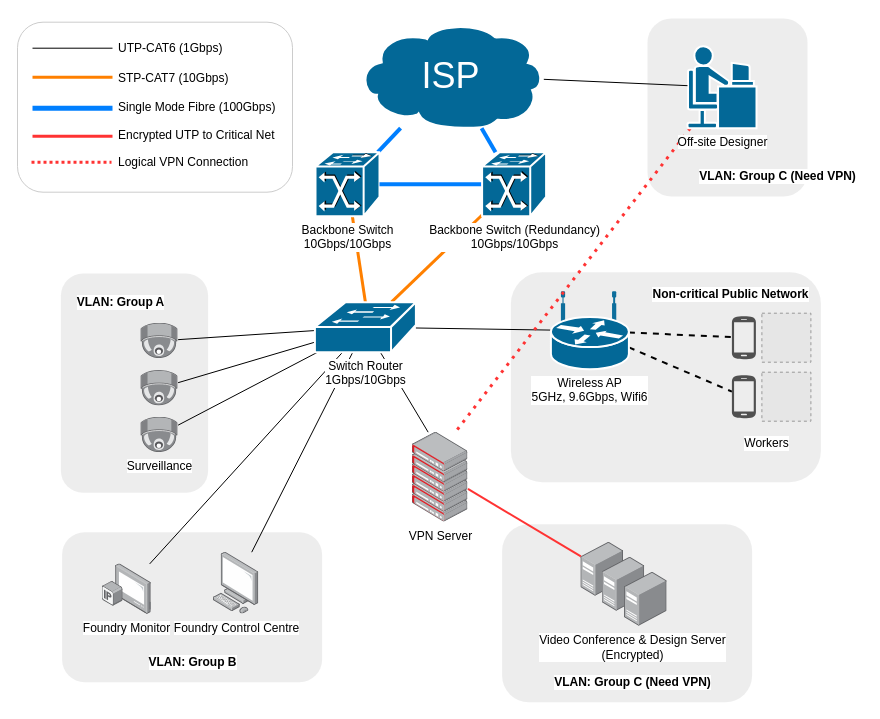
Above: page "RDC" (3 of 5) of Net_diagram/EE6223CA2.drawio in doem97/EE6223 (draw.io), before the change. Source tidied: cells renumbered, new cells numbered last; positions are measured from the earlier drawing's top-left corner, leaving out a move shared by most shapes. Both pictures are drawn from the tidied source at 100%, with x=0, y=0 at pixel (17, 18). Pictures stored in the file or linked from it are replaced by grey dashed boxes.
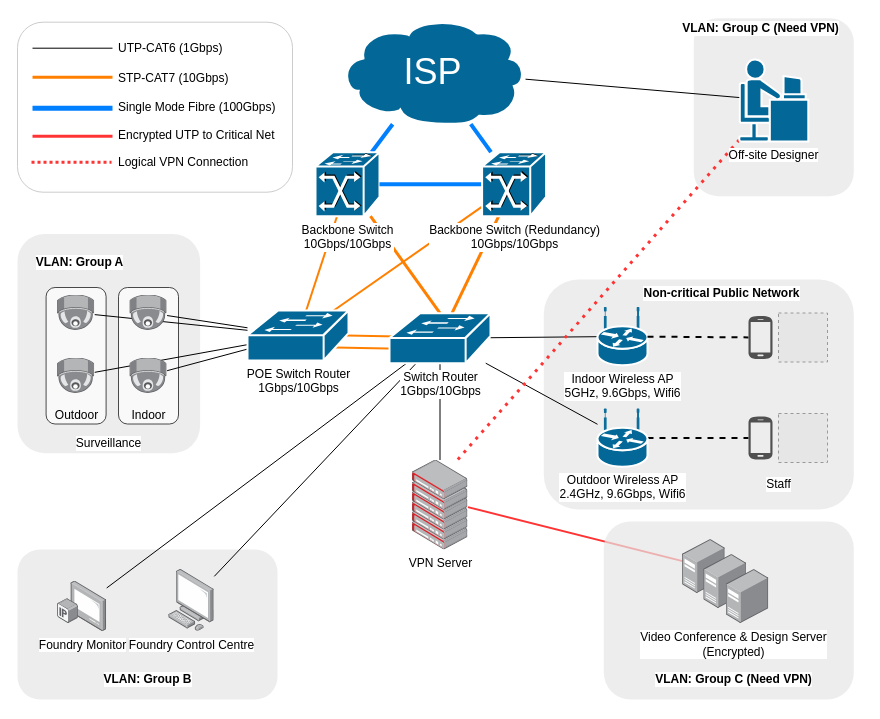
The same page after the edit.

The change refers to these unchanged cells:
```xml
<mxCell id="37" value="Backbone Switch&lt;br&gt;10Gbps/10Gbps" style="shape=mxgraph.cisco.switches.atm_fast_gigabit_etherswitch;html=1;dashed=0;fillColor=#036897;strokeColor=#ffffff;strokeWidth=2;verticalLabelPosition=bottom;verticalAlign=top;align=center;outlineConnect=0;labelBackgroundColor=#ffffff;fontSize=12;fontColor=#000000;" parent="1" vertex="1">
  <mxGeometry x="298" y="133.7" width="64" height="64" as="geometry" />
</mxCell>
<mxCell id="43" value="Backbone Switch (Redundancy)&lt;br&gt;10Gbps/10Gbps" style="shape=mxgraph.cisco.switches.atm_fast_gigabit_etherswitch;html=1;dashed=0;fillColor=#036897;strokeColor=#ffffff;strokeWidth=2;verticalLabelPosition=bottom;verticalAlign=top;align=center;outlineConnect=0;labelBackgroundColor=#ffffff;fontSize=12;fontColor=#000000;" parent="1" vertex="1">
  <mxGeometry x="464.6" y="133.7" width="64" height="64" as="geometry" />
</mxCell>
```

The edit, as a diff of the source:
```diff
@@
+    <mxCell id="75" style="rounded=1;whiteSpace=wrap;html=1;fontSize=12;fontColor=#000000;strokeColor=none;fillColor=#E6E6E6;opacity=70;" parent="1" vertex="1">
+      <mxGeometry x="526.3" y="261" width="310" height="230" as="geometry" />
+    </mxCell>
+    <mxCell id="76" style="rounded=1;whiteSpace=wrap;html=1;fontSize=12;fontColor=#000000;strokeColor=none;fillColor=#E6E6E6;opacity=70;" parent="1" vertex="1">
+      <mxGeometry y="215.4" width="182.6" height="219.3" as="geometry" />
+    </mxCell>
+    <mxCell id="77" style="rounded=1;whiteSpace=wrap;html=1;labelBackgroundColor=none;fontColor=#000000;opacity=70;" parent="1" vertex="1">
+      <mxGeometry x="101" y="269" width="60" height="136.5" as="geometry" />
+    </mxCell>
+    <mxCell id="78" style="rounded=1;whiteSpace=wrap;html=1;labelBackgroundColor=none;fontColor=#000000;opacity=70;" parent="1" vertex="1">
+      <mxGeometry x="28.6" y="269" width="60" height="136.5" as="geometry" />
+    </mxCell>
+    <mxCell id="79" style="edgeStyle=none;rounded=0;jettySize=auto;html=1;exitX=0.98;exitY=0.5;exitDx=0;exitDy=0;exitPerimeter=0;entryX=0.98;entryY=0.5;entryDx=0;entryDy=0;entryPerimeter=0;endArrow=none;endFill=0;strokeWidth=2;strokeColor=#FF8000;" parent="1" edge="1" source="89" target="25">
+      <mxGeometry relative="1" as="geometry" />
+    </mxCell>
+    <mxCell id="80" style="edgeStyle=none;rounded=0;jettySize=auto;html=1;exitX=0.87;exitY=0.74;exitDx=0;exitDy=0;exitPerimeter=0;entryX=0.87;entryY=0.74;entryDx=0;entryDy=0;entryPerimeter=0;endArrow=none;endFill=0;strokeWidth=2;strokeColor=#FF8000;" parent="1" edge="1" source="89" target="25">
+      <mxGeometry relative="1" as="geometry" />
+    </mxCell>
     <mxCell id="2" style="rounded=1;whiteSpace=wrap;html=1;labelBackgroundColor=#ffffff;fillColor=#E6E6E6;fontSize=12;fontColor=#000000;opacity=70;strokeColor=none;" parent="1" vertex="1">
-      <mxGeometry x="630" width="160" height="178" as="geometry" />
+      <mxGeometry x="676.3" y="-0.3" width="160" height="178" as="geometry" />
     </mxCell>
     <mxCell id="3" value="&lt;b&gt;VLAN: Group C (Need VPN)&lt;/b&gt;" style="text;html=1;align=center;verticalAlign=middle;labelBackgroundColor=#ffffff;" parent="1" vertex="1">
-      <mxGeometry x="675" y="148" width="170" height="20" as="geometry" />
+      <mxGeometry x="658" width="170" height="20" as="geometry" />
     </mxCell>
-    <mxCell id="4" style="rounded=1;whiteSpace=wrap;html=1;fontSize=12;fontColor=#000000;strokeColor=none;fillColor=#E6E6E6;opacity=70;" parent="1" vertex="1">
-      <mxGeometry x="493.4" y="253.7" width="310" height="210" as="geometry" />
-    </mxCell>
-    <mxCell id="5" style="rounded=1;whiteSpace=wrap;html=1;fontSize=12;fontColor=#000000;strokeColor=none;fillColor=#E6E6E6;opacity=70;" parent="1" vertex="1">
-      <mxGeometry x="43.4" y="255" width="147.2" height="219.3" as="geometry" />
-    </mxCell>
-    <mxCell id="6" value="&lt;font style=&quot;background-color: rgb(255 , 255 , 255)&quot; size=&quot;1&quot;&gt;&lt;b style=&quot;font-size: 12px&quot;&gt;VLAN: Group A&lt;/b&gt;&lt;/font&gt;" style="text;html=1;align=center;verticalAlign=middle;fontSize=12;fontColor=#000000;labelBackgroundColor=#ffffff;" parent="1" vertex="1">
-      <mxGeometry x="53.4" y="273.7" width="100" height="20" as="geometry" />
-    </mxCell>
-    <mxCell id="7" style="group;" parent="1" vertex="1">
-      <mxGeometry x="123.4" y="304.7" width="37.2" height="129.4" as="geometry" />
-    </mxCell>
-    <mxCell id="8" value="Surveillance" style="points=[];html=1;align=center;shadow=0;dashed=0;image;image=img/lib/allied_telesis/security/Surveillance_Camera_Ceiling.svg;fontSize=12;fontColor=#000000;" parent="7" vertex="1">
-      <mxGeometry y="94" width="37.2" height="35.4" as="geometry" />
-    </mxCell>
-    <mxCell id="9" style="points=[];html=1;align=center;shadow=0;dashed=0;image;image=img/lib/allied_telesis/security/Surveillance_Camera_Ceiling.svg;fontSize=12;fontColor=#000000;" parent="7" vertex="1">
-      <mxGeometry y="47.3" width="37.2" height="35.4" as="geometry" />
-    </mxCell>
-    <mxCell id="10" style="points=[];html=1;align=center;shadow=0;dashed=0;image;image=img/lib/allied_telesis/security/Surveillance_Camera_Ceiling.svg;fontSize=12;fontColor=#000000;" parent="7" vertex="1">
-      <mxGeometry width="37.2" height="35.4" as="geometry" />
-    </mxCell>
-    <mxCell id="11" style="rounded=0;jettySize=auto;html=1;endArrow=none;endFill=0;fontSize=12;fontColor=#000000;" parent="1" edge="1" source="25" target="10">
-      <mxGeometry relative="1" as="geometry" />
-    </mxCell>
-    <mxCell id="12" style="edgeStyle=none;rounded=0;jettySize=auto;html=1;endArrow=none;endFill=0;fontSize=12;fontColor=#000000;" parent="1" edge="1" source="25" target="9">
-      <mxGeometry relative="1" as="geometry" />
-    </mxCell>
-    <mxCell id="13" style="edgeStyle=none;rounded=0;jettySize=auto;html=1;endArrow=none;endFill=0;fontSize=12;fontColor=#000000;" parent="1" edge="1" source="25" target="8">
-      <mxGeometry relative="1" as="geometry" />
-    </mxCell>
     <mxCell id="14" style="group;" parent="1" vertex="1">
-      <mxGeometry x="64.6" y="523.7" width="360" height="140" as="geometry" />
+      <mxGeometry x="20" y="541" width="360" height="140" as="geometry" />
     </mxCell>
@@
-    <mxCell id="19" style="edgeStyle=none;rounded=0;jettySize=auto;html=1;endArrow=none;endFill=0;fontSize=12;fontColor=#000000;" parent="1" edge="1" source="25" target="28">
-      <mxGeometry relative="1" as="geometry" />
-    </mxCell>
@@
+    <mxCell id="81" style="edgeStyle=none;rounded=0;jettySize=auto;html=1;endArrow=none;endFill=0;strokeColor=#000000;strokeWidth=1;fontColor=#000000;" parent="1" edge="1" source="25" target="96">
+      <mxGeometry relative="1" as="geometry" />
+    </mxCell>
+    <mxCell id="82" style="edgeStyle=none;rounded=0;jettySize=auto;html=1;endArrow=none;endFill=0;strokeColor=#000000;strokeWidth=1;fontColor=#000000;" parent="1" edge="1" source="25" target="102">
+      <mxGeometry relative="1" as="geometry" />
+    </mxCell>
     <mxCell id="25" value="Switch Router&lt;br&gt;1Gbps/10Gbps" style="shape=mxgraph.cisco.switches.workgroup_switch;html=1;dashed=0;fillColor=#036897;strokeColor=#ffffff;strokeWidth=2;verticalLabelPosition=bottom;verticalAlign=top;align=center;outlineConnect=0;labelBackgroundColor=#ffffff;" parent="1" vertex="1">
-      <mxGeometry x="297.4" y="283.7" width="101" height="50" as="geometry" />
+      <mxGeometry x="372" y="294.7" width="101" height="50" as="geometry" />
     </mxCell>
-    <mxCell id="26" style="edgeStyle=none;rounded=0;jettySize=auto;html=1;endArrow=none;endFill=0;fontSize=12;fontColor=#000000;dashed=1;strokeWidth=2;" parent="1" edge="1" source="28" target="30">
-      <mxGeometry relative="1" as="geometry" />
-    </mxCell>
-    <mxCell id="27" style="edgeStyle=none;rounded=0;jettySize=auto;html=1;endArrow=none;endFill=0;fontSize=12;fontColor=#000000;dashed=1;strokeWidth=2;" parent="1" edge="1" source="28" target="34">
-      <mxGeometry relative="1" as="geometry" />
-    </mxCell>
-    <mxCell id="28" value="Wireless AP&lt;br&gt;5GHz, 9.6Gbps, Wifi6" style="shape=mxgraph.cisco.routers.wireless_router;html=1;dashed=0;fillColor=#036897;strokeColor=#ffffff;strokeWidth=2;verticalLabelPosition=bottom;verticalAlign=top;align=center;outlineConnect=0;labelBackgroundColor=#ffffff;fontSize=12;fontColor=#000000;" parent="1" vertex="1">
-      <mxGeometry x="533.4" y="273.7" width="78" height="77" as="geometry" />
-    </mxCell>
-    <mxCell id="29" style="group;" parent="1" vertex="1">
-      <mxGeometry x="714.4" y="294.7" width="79" height="140" as="geometry" />
-    </mxCell>
-    <mxCell id="30" style="shadow=0;dashed=0;html=1;strokeColor=none;fillColor=#505050;labelPosition=center;verticalLabelPosition=bottom;verticalAlign=top;outlineConnect=0;align=center;shape=mxgraph.office.devices.cell_phone_android_standalone;labelBackgroundColor=#ffffff;fontSize=12;fontColor=#000000;" parent="29" vertex="1">
-      <mxGeometry y="2.5" width="24" height="44" as="geometry" />
-    </mxCell>
-    <mxCell id="31" style="fillColor=#E6E6E6;strokeColor=#999999;dashed=1;html=1;verticalAlign=top;verticalLabelPosition=bottom;labelBackgroundColor=#ffffff;fontSize=12;fontColor=#000000;" parent="29" vertex="1">
-      <mxGeometry x="30" width="49" height="49" as="geometry" />
-    </mxCell>
-    <mxCell id="32" style="fillColor=#E6E6E6;strokeColor=#999999;dashed=1;html=1;verticalAlign=top;verticalLabelPosition=bottom;labelBackgroundColor=#ffffff;fontSize=12;fontColor=#000000;" parent="29" vertex="1">
-      <mxGeometry x="30" y="59" width="49" height="49" as="geometry" />
-    </mxCell>
-    <mxCell id="33" value="Workers" style="text;html=1;align=center;verticalAlign=middle;fontSize=12;fontColor=#000000;labelBackgroundColor=#ffffff;" parent="29" vertex="1">
-      <mxGeometry x="5" y="120" width="60" height="20" as="geometry" />
-    </mxCell>
-    <mxCell id="34" style="shadow=0;dashed=0;html=1;strokeColor=none;fillColor=#505050;labelPosition=center;verticalLabelPosition=bottom;verticalAlign=top;outlineConnect=0;align=center;shape=mxgraph.office.devices.cell_phone_android_standalone;labelBackgroundColor=#ffffff;fontSize=12;fontColor=#000000;" parent="29" vertex="1">
-      <mxGeometry y="61.5" width="24" height="44" as="geometry" />
-    </mxCell>
-    <mxCell id="35" value="Non-critical Public Network" style="text;html=1;align=center;verticalAlign=middle;fontSize=12;fontColor=#000000;labelBackgroundColor=#ffffff;fontStyle=1;" parent="1" vertex="1">
-      <mxGeometry x="628.4" y="265.7" width="170" height="20" as="geometry" />
-    </mxCell>
@@
+    <mxCell id="83" style="edgeStyle=none;rounded=0;jettySize=auto;html=1;endArrow=none;endFill=0;strokeWidth=2;fontColor=#000000;strokeColor=#FF8000;" parent="1" edge="1" source="37" target="89">
+      <mxGeometry relative="1" as="geometry" />
+    </mxCell>
@@
     <mxCell id="38" style="group;" parent="1" vertex="1">
-      <mxGeometry x="340.3" y="3.7" width="186" height="106" as="geometry" />
+      <mxGeometry x="322" y="-0.3" width="186" height="106" as="geometry" />
     </mxCell>
@@
+    <mxCell id="84" style="edgeStyle=none;rounded=0;jettySize=auto;html=1;endArrow=none;endFill=0;strokeWidth=2;fontColor=#000000;strokeColor=#FF8000;" parent="1" edge="1" source="43" target="89">
+      <mxGeometry relative="1" as="geometry" />
+    </mxCell>
@@
     <mxCell id="44" style="group;" parent="1" vertex="1">
-      <mxGeometry x="394.6" y="413.7" width="55.8" height="89.9" as="geometry" />
+      <mxGeometry x="394.6" y="441.5" width="55.8" height="89.9" as="geometry" />
     </mxCell>
@@
-    <mxCell id="51" style="group;" parent="1" vertex="1">
-      <mxGeometry x="514.6" y="523.7" width="230" height="160" as="geometry" />
-    </mxCell>
-    <mxCell id="52" style="rounded=1;whiteSpace=wrap;html=1;labelBackgroundColor=#ffffff;fillColor=#E6E6E6;fontSize=12;fontColor=#000000;opacity=70;strokeColor=none;" parent="51" vertex="1">
-      <mxGeometry x="-30" y="-18" width="250" height="178" as="geometry" />
-    </mxCell>
-    <mxCell id="53" style="points=[];html=1;align=center;shadow=0;dashed=0;image;image=img/lib/allied_telesis/computer_and_terminals/Server_Desktop.svg;labelBackgroundColor=#ffffff;fillColor=#E6E6E6;fontSize=12;fontColor=#000000;" parent="51" vertex="1">
-      <mxGeometry x="48.8" width="42.6" height="54" as="geometry" />
-    </mxCell>
-    <mxCell id="54" style="html=1;align=center;shadow=0;dashed=0;image;image=img/lib/allied_telesis/computer_and_terminals/Server_Desktop.svg;labelBackgroundColor=#ffffff;fillColor=#E6E6E6;fontSize=12;fontColor=#000000;" parent="51" vertex="1">
-      <mxGeometry x="70" y="15" width="42.6" height="54" as="geometry" />
-    </mxCell>
-    <mxCell id="55" style="html=1;align=center;shadow=0;dashed=0;image;image=img/lib/allied_telesis/computer_and_terminals/Server_Desktop.svg;labelBackgroundColor=#ffffff;fillColor=#E6E6E6;fontSize=12;fontColor=#000000;" parent="51" vertex="1">
-      <mxGeometry x="92.4" y="30" width="42.6" height="54" as="geometry" />
-    </mxCell>
-    <mxCell id="56" value="Video Conference &amp;amp; Design Server&lt;br&gt;(Encrypted)" style="text;html=1;align=center;verticalAlign=middle;fontSize=12;fontColor=#000000;labelBackgroundColor=#ffffff;" parent="51" vertex="1">
-      <mxGeometry y="90" width="200" height="30" as="geometry" />
-    </mxCell>
-    <mxCell id="57" value="&lt;b&gt;VLAN: Group C (Need VPN)&lt;/b&gt;" style="text;html=1;align=center;verticalAlign=middle;labelBackgroundColor=#ffffff;" parent="51" vertex="1">
-      <mxGeometry x="15" y="130" width="170" height="20" as="geometry" />
-    </mxCell>
@@
     <mxCell id="61" value="Off-site Designer" style="shape=mxgraph.cisco.people.androgenous_person;html=1;dashed=0;fillColor=#036897;strokeColor=#ffffff;strokeWidth=2;verticalLabelPosition=bottom;verticalAlign=top;align=center;outlineConnect=0;labelBackgroundColor=#ffffff;" parent="1" vertex="1">
-      <mxGeometry x="670" y="27.7" width="69" height="82" as="geometry" />
+      <mxGeometry x="721.8" y="41" width="69" height="82" as="geometry" />
     </mxCell>
@@
+    <mxCell id="85" style="edgeStyle=none;rounded=0;jettySize=auto;html=1;endArrow=none;endFill=0;strokeColor=#000000;strokeWidth=1;fontColor=#000000;" parent="1" edge="1" source="89" target="91">
+      <mxGeometry relative="1" as="geometry" />
+    </mxCell>
+    <mxCell id="86" style="edgeStyle=none;rounded=0;jettySize=auto;html=1;endArrow=none;endFill=0;strokeColor=#000000;strokeWidth=1;fontColor=#000000;" parent="1" edge="1" source="89" target="92">
+      <mxGeometry relative="1" as="geometry" />
+    </mxCell>
+    <mxCell id="87" style="edgeStyle=none;rounded=0;jettySize=auto;html=1;endArrow=none;endFill=0;strokeColor=#000000;strokeWidth=1;fontColor=#000000;" parent="1" edge="1" source="89" target="90">
+      <mxGeometry relative="1" as="geometry" />
+    </mxCell>
+    <mxCell id="88" style="edgeStyle=none;rounded=0;jettySize=auto;html=1;endArrow=none;endFill=0;strokeColor=#000000;strokeWidth=1;fontColor=#000000;" parent="1" edge="1" source="89" target="93">
+      <mxGeometry relative="1" as="geometry" />
+    </mxCell>
+    <mxCell id="89" value="POE Switch Router&lt;br&gt;1Gbps/10Gbps" style="shape=mxgraph.cisco.switches.workgroup_switch;html=1;dashed=0;fillColor=#036897;strokeColor=#ffffff;strokeWidth=2;verticalLabelPosition=bottom;verticalAlign=top;align=center;outlineConnect=0;labelBackgroundColor=#ffffff;" parent="1" vertex="1">
+      <mxGeometry x="230" y="292" width="101" height="50" as="geometry" />
+    </mxCell>
+    <mxCell id="6" value="&lt;font style=&quot;background-color: rgb(255 , 255 , 255)&quot; size=&quot;1&quot;&gt;&lt;b style=&quot;font-size: 12px&quot;&gt;VLAN: Group A&lt;/b&gt;&lt;/font&gt;" style="text;html=1;align=center;verticalAlign=middle;fontSize=12;fontColor=#000000;labelBackgroundColor=#ffffff;" parent="1" vertex="1">
+      <mxGeometry x="12.4" y="234.1" width="100" height="20" as="geometry" />
+    </mxCell>
+    <mxCell id="90" style="points=[];html=1;align=center;shadow=0;dashed=0;image;image=img/lib/allied_telesis/security/Surveillance_Camera_Ceiling.svg;fontSize=12;fontColor=#000000;" parent="1" vertex="1">
+      <mxGeometry x="40" y="339.5" width="37.2" height="35.4" as="geometry" />
+    </mxCell>
+    <mxCell id="91" style="points=[];html=1;align=center;shadow=0;dashed=0;image;image=img/lib/allied_telesis/security/Surveillance_Camera_Ceiling.svg;fontSize=12;fontColor=#000000;" parent="1" vertex="1">
+      <mxGeometry x="40" y="276.5" width="37.2" height="35.4" as="geometry" />
+    </mxCell>
+    <mxCell id="92" style="points=[];html=1;align=center;shadow=0;dashed=0;image;image=img/lib/allied_telesis/security/Surveillance_Camera_Ceiling.svg;fontSize=12;fontColor=#000000;" parent="1" vertex="1">
+      <mxGeometry x="112.4" y="276.5" width="37.2" height="35.4" as="geometry" />
+    </mxCell>
+    <mxCell id="93" style="points=[];html=1;align=center;shadow=0;dashed=0;image;image=img/lib/allied_telesis/security/Surveillance_Camera_Ceiling.svg;fontSize=12;fontColor=#000000;" parent="1" vertex="1">
+      <mxGeometry x="112.4" y="339.5" width="37.2" height="35.4" as="geometry" />
+    </mxCell>
+    <mxCell id="94" value="Outdoor" style="text;html=1;align=center;verticalAlign=middle;fontColor=#000000;" parent="1" vertex="1">
+      <mxGeometry x="28.6" y="386.5" width="60" height="20" as="geometry" />
+    </mxCell>
+    <mxCell id="95" value="Indoor" style="text;html=1;align=center;verticalAlign=middle;fontColor=#000000;" parent="1" vertex="1">
+      <mxGeometry x="106" y="386.5" width="50" height="20" as="geometry" />
+    </mxCell>
+    <mxCell id="8" value="Surveillance" style="text;html=1;align=center;verticalAlign=middle;points=[];fontColor=#000000;labelBackgroundColor=#ffffff;" parent="1" vertex="1">
+      <mxGeometry x="51.3" y="414.7" width="80" height="20" as="geometry" />
+    </mxCell>
+    <mxCell id="96" value="Indoor Wireless AP&lt;br&gt;5GHz, 9.6Gbps, Wifi6" style="shape=mxgraph.cisco.routers.wireless_router;html=1;dashed=0;fillColor=#036897;strokeColor=#ffffff;strokeWidth=2;verticalLabelPosition=bottom;verticalAlign=top;align=center;outlineConnect=0;labelBackgroundColor=#ffffff;fontSize=12;fontColor=#000000;" parent="1" vertex="1">
+      <mxGeometry x="580" y="289.2" width="50" height="57.5" as="geometry" />
+    </mxCell>
+    <mxCell id="97" style="edgeStyle=none;rounded=0;jettySize=auto;html=1;endArrow=none;endFill=0;fontSize=12;fontColor=#000000;dashed=1;strokeWidth=2;" parent="1" edge="1" source="96" target="98">
+      <mxGeometry x="680" y="1160" as="geometry" />
+    </mxCell>
+    <mxCell id="35" value="Non-critical Public Network" style="text;html=1;align=center;verticalAlign=middle;fontSize=12;fontColor=#000000;labelBackgroundColor=#ffffff;fontStyle=1;" parent="1" vertex="1">
+      <mxGeometry x="618.5" y="265" width="170" height="20" as="geometry" />
+    </mxCell>
+    <mxCell id="98" style="shadow=0;dashed=0;html=1;strokeColor=none;fillColor=#505050;labelPosition=center;verticalLabelPosition=bottom;verticalAlign=top;outlineConnect=0;align=center;shape=mxgraph.office.devices.cell_phone_android_standalone;labelBackgroundColor=#ffffff;fontSize=12;fontColor=#000000;" parent="1" vertex="1">
+      <mxGeometry x="731" y="297" width="24" height="44" as="geometry" />
+    </mxCell>
+    <mxCell id="99" style="fillColor=#E6E6E6;strokeColor=#999999;dashed=1;html=1;verticalAlign=top;verticalLabelPosition=bottom;labelBackgroundColor=#ffffff;fontSize=12;fontColor=#000000;" parent="1" vertex="1">
+      <mxGeometry x="761" y="294.5" width="49" height="49" as="geometry" />
+    </mxCell>
+    <mxCell id="100" value="Staff" style="text;html=1;align=center;verticalAlign=middle;fontSize=12;fontColor=#000000;labelBackgroundColor=#ffffff;" parent="1" vertex="1">
+      <mxGeometry x="741" y="456.2" width="40" height="20" as="geometry" />
+    </mxCell>
+    <mxCell id="101" style="edgeStyle=none;rounded=0;jettySize=auto;html=1;endArrow=none;endFill=0;strokeWidth=2;fontColor=#000000;dashed=1;" parent="1" edge="1" source="102" target="103">
+      <mxGeometry relative="1" as="geometry" />
+    </mxCell>
+    <mxCell id="102" value="Outdoor Wireless AP&lt;br&gt;2.4GHz, 9.6Gbps, Wifi6" style="shape=mxgraph.cisco.routers.wireless_router;html=1;dashed=0;fillColor=#036897;strokeColor=#ffffff;strokeWidth=2;verticalLabelPosition=bottom;verticalAlign=top;align=center;outlineConnect=0;labelBackgroundColor=#ffffff;fontSize=12;fontColor=#000000;" parent="1" vertex="1">
+      <mxGeometry x="580" y="390.7" width="50" height="57.5" as="geometry" />
+    </mxCell>
+    <mxCell id="103" style="shadow=0;dashed=0;html=1;strokeColor=none;fillColor=#505050;labelPosition=center;verticalLabelPosition=bottom;verticalAlign=top;outlineConnect=0;align=center;shape=mxgraph.office.devices.cell_phone_android_standalone;labelBackgroundColor=#ffffff;fontSize=12;fontColor=#000000;" parent="1" vertex="1">
+      <mxGeometry x="731" y="397.5" width="24" height="44" as="geometry" />
+    </mxCell>
+    <mxCell id="104" style="fillColor=#E6E6E6;strokeColor=#999999;dashed=1;html=1;verticalAlign=top;verticalLabelPosition=bottom;labelBackgroundColor=#ffffff;fontSize=12;fontColor=#000000;" parent="1" vertex="1">
+      <mxGeometry x="761" y="395" width="49" height="49" as="geometry" />
+    </mxCell>
+    <mxCell id="105" style="group;" parent="1" vertex="1">
+      <mxGeometry x="586.3" y="503" width="250" height="178" as="geometry" />
+    </mxCell>
+    <mxCell id="52" style="rounded=1;whiteSpace=wrap;html=1;labelBackgroundColor=#ffffff;fillColor=#E6E6E6;fontSize=12;fontColor=#000000;opacity=70;strokeColor=none;" parent="105" vertex="1">
+      <mxGeometry width="250" height="178" as="geometry" />
+    </mxCell>
+    <mxCell id="53" style="points=[];html=1;align=center;shadow=0;dashed=0;image;image=img/lib/allied_telesis/computer_and_terminals/Server_Desktop.svg;labelBackgroundColor=#ffffff;fillColor=#E6E6E6;fontSize=12;fontColor=#000000;" parent="105" vertex="1">
+      <mxGeometry x="78.8" y="18" width="42.6" height="54" as="geometry" />
+    </mxCell>
+    <mxCell id="54" style="html=1;align=center;shadow=0;dashed=0;image;image=img/lib/allied_telesis/computer_and_terminals/Server_Desktop.svg;labelBackgroundColor=#ffffff;fillColor=#E6E6E6;fontSize=12;fontColor=#000000;" parent="105" vertex="1">
+      <mxGeometry x="100" y="33" width="42.6" height="54" as="geometry" />
+    </mxCell>
+    <mxCell id="55" style="html=1;align=center;shadow=0;dashed=0;image;image=img/lib/allied_telesis/computer_and_terminals/Server_Desktop.svg;labelBackgroundColor=#ffffff;fillColor=#E6E6E6;fontSize=12;fontColor=#000000;" parent="105" vertex="1">
+      <mxGeometry x="122.4" y="48" width="42.6" height="54" as="geometry" />
+    </mxCell>
+    <mxCell id="56" value="Video Conference &amp;amp; Design Server&lt;br&gt;(Encrypted)" style="text;html=1;align=center;verticalAlign=middle;fontSize=12;fontColor=#000000;labelBackgroundColor=#ffffff;" parent="105" vertex="1">
+      <mxGeometry x="30" y="108" width="200" height="30" as="geometry" />
+    </mxCell>
+    <mxCell id="57" value="&lt;b&gt;VLAN: Group C (Need VPN)&lt;/b&gt;" style="text;html=1;align=center;verticalAlign=middle;labelBackgroundColor=#ffffff;" parent="105" vertex="1">
+      <mxGeometry x="45" y="148" width="170" height="20" as="geometry" />
+    </mxCell>
```
